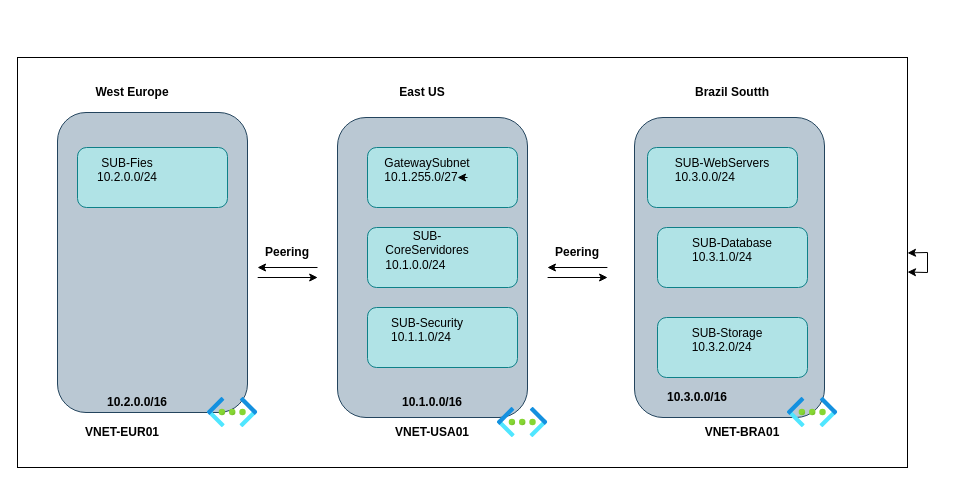
This is Lab01-mod01-az-700.drawio from washigtonpa/Diagramas, a draw.io file, before an edit. Source tidied: cells renumbered, new cells numbered last; positions are measured from the earlier drawing's top-left corner, leaving out a move shared by most shapes. Both pictures are drawn from the tidied source at 100%, with x=0, y=0 at pixel (17, 57).
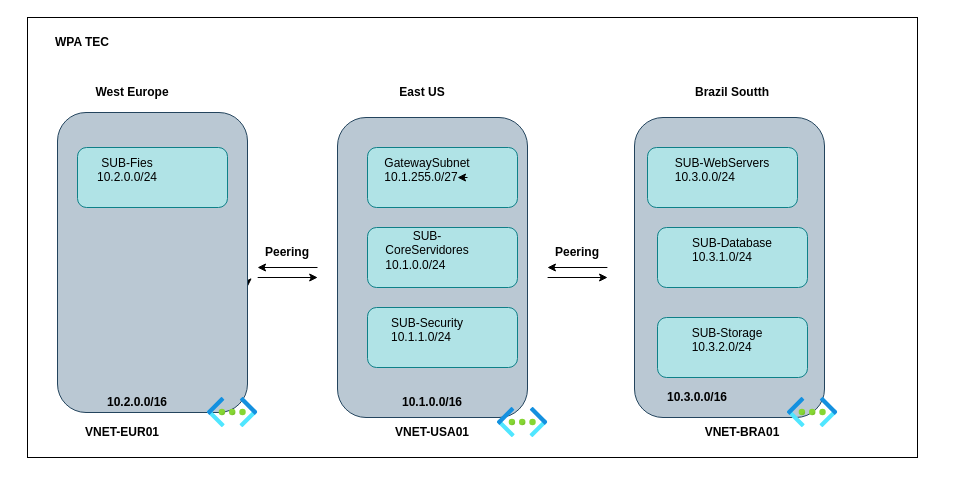
After the change.

Change to the diagram source:
```diff
@@
-<mxGraphModel>
+<mxGraphModel background="#ffffff">
@@
-    <mxCell id="2" style="rounded=0;whiteSpace=wrap;html=1;" parent="1" vertex="1">
-      <mxGeometry width="890" height="410" as="geometry" />
+    <mxCell id="2" style="rounded=0;whiteSpace=wrap;html=1;fontColor=light-dark(default, #9a9996);labelBackgroundColor=light-dark(default, #9a9996);" parent="1" vertex="1">
+      <mxGeometry x="10" y="-40" width="890" height="440" as="geometry" />
     </mxCell>
@@
-    <mxCell id="39" style="endArrow=classic;startArrow=classic;html=1;rounded=0;" parent="1" edge="1" source="2" target="2">
-      <mxGeometry relative="1" as="geometry">
-        <Array as="points">
-          <mxPoint x="260" y="240" />
-        </Array>
-      </mxGeometry>
-    </mxCell>
@@
+    <mxCell id="51" value="&lt;b&gt;WPA TEC&lt;/b&gt;" style="text;html=1;whiteSpace=wrap;strokeColor=none;fillColor=none;align=center;verticalAlign=middle;rounded=0;" parent="1" vertex="1">
+      <mxGeometry x="20" y="-30" width="90" height="30" as="geometry" />
+    </mxCell>
```
